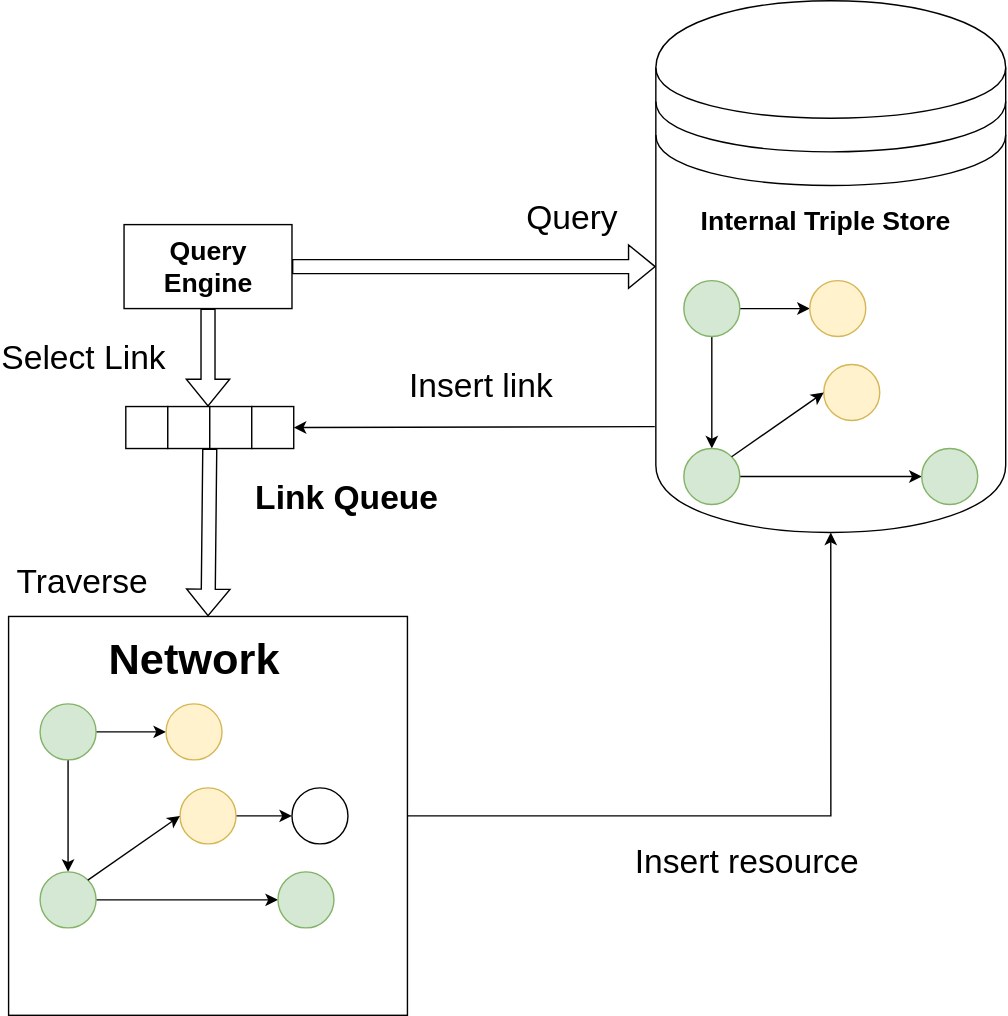
Earlier version of the draw.io export img/LTQP.drawio.svg (constraintAutomaton/research-stay-plan-france-2025). Source tidied: cells renumbered, new cells last; positions are measured from the earlier drawing's top-left corner, leaving out a move shared by most shapes. Its diagram source:
```xml
<mxGraphModel>
  <root>
    <mxCell id="0" />
    <mxCell id="1" parent="0" />
    <mxCell id="2" value="&lt;font style=&quot;font-size: 19px;&quot;&gt;&lt;b&gt;Query Engine&lt;/b&gt;&lt;/font&gt;" style="rounded=0;whiteSpace=wrap;html=1;" parent="1" vertex="1">
      <mxGeometry x="89" y="160" width="120" height="60" as="geometry" />
    </mxCell>
    <mxCell id="3" value="&lt;font style=&quot;font-size: 24px;&quot;&gt;Traverse&lt;/font&gt;" style="text;html=1;align=center;verticalAlign=middle;whiteSpace=wrap;rounded=0;" parent="1" vertex="1">
      <mxGeometry x="9" y="400" width="100" height="30" as="geometry" />
    </mxCell>
    <mxCell id="4" style="shape=flexArrow;endArrow=classic;html=1;rounded=0;exitX=1;exitY=0.5;exitDx=0;exitDy=0;entryX=0;entryY=0.5;entryDx=0;entryDy=0;" parent="1" edge="1" source="2" target="6">
      <mxGeometry relative="1" as="geometry" />
    </mxCell>
    <mxCell id="5" style="group;" parent="1" vertex="1">
      <mxGeometry x="469" width="250" height="380" as="geometry" />
    </mxCell>
    <mxCell id="6" style="shape=datastore;whiteSpace=wrap;html=1;" parent="5" vertex="1">
      <mxGeometry width="250" height="380" as="geometry" />
    </mxCell>
    <mxCell id="7" style="group;" parent="5" vertex="1">
      <mxGeometry x="20" y="200" width="210" height="160" as="geometry" />
    </mxCell>
    <mxCell id="8" style="edgeStyle=orthogonalEdgeStyle;rounded=0;jettySize=auto;html=1;" parent="7" edge="1" source="10" target="13">
      <mxGeometry relative="1" as="geometry" />
    </mxCell>
    <mxCell id="9" style="edgeStyle=orthogonalEdgeStyle;rounded=0;jettySize=auto;html=1;" parent="7" edge="1" source="10" target="12">
      <mxGeometry relative="1" as="geometry" />
    </mxCell>
    <mxCell id="10" style="ellipse;whiteSpace=wrap;html=1;fillColor=#d5e8d4;strokeColor=#82b366;" parent="7" vertex="1">
      <mxGeometry width="40" height="40" as="geometry" />
    </mxCell>
    <mxCell id="11" style="edgeStyle=orthogonalEdgeStyle;rounded=0;jettySize=auto;html=1;" parent="7" edge="1" source="12" target="15">
      <mxGeometry relative="1" as="geometry" />
    </mxCell>
    <mxCell id="12" style="ellipse;whiteSpace=wrap;html=1;fillColor=#d5e8d4;strokeColor=#82b366;" parent="7" vertex="1">
      <mxGeometry y="120" width="40" height="40" as="geometry" />
    </mxCell>
    <mxCell id="13" style="ellipse;whiteSpace=wrap;html=1;fillColor=#fff2cc;strokeColor=#d6b656;" parent="7" vertex="1">
      <mxGeometry x="90" width="40" height="40" as="geometry" />
    </mxCell>
    <mxCell id="14" style="ellipse;whiteSpace=wrap;html=1;fillColor=#fff2cc;strokeColor=#d6b656;" parent="7" vertex="1">
      <mxGeometry x="100" y="60" width="40" height="40" as="geometry" />
    </mxCell>
    <mxCell id="15" style="ellipse;whiteSpace=wrap;html=1;fillColor=#d5e8d4;strokeColor=#82b366;" parent="7" vertex="1">
      <mxGeometry x="170" y="120" width="40" height="40" as="geometry" />
    </mxCell>
    <mxCell id="16" style="endArrow=classic;html=1;rounded=0;exitX=1;exitY=0;exitDx=0;exitDy=0;entryX=0;entryY=0.5;entryDx=0;entryDy=0;" parent="7" edge="1" source="12" target="14">
      <mxGeometry relative="1" as="geometry" />
    </mxCell>
    <mxCell id="17" value="&lt;b style=&quot;forced-color-adjust: none; color: rgb(0, 0, 0); font-family: Helvetica; font-size: 19px; font-style: normal; font-variant-ligatures: normal; font-variant-caps: normal; letter-spacing: normal; orphans: 2; text-align: center; text-indent: 0px; text-transform: none; widows: 2; word-spacing: 0px; -webkit-text-stroke-width: 0px; white-space: normal; text-decoration-thickness: initial; text-decoration-style: initial; text-decoration-color: initial;&quot;&gt;Internal Triple Store&lt;/b&gt;" style="text;whiteSpace=wrap;html=1;" parent="5" vertex="1">
      <mxGeometry x="30" y="140" width="210" height="50" as="geometry" />
    </mxCell>
    <mxCell id="18" value="&lt;font style=&quot;font-size: 24px;&quot;&gt;Query&lt;/font&gt;" style="text;html=1;align=center;verticalAlign=middle;whiteSpace=wrap;rounded=0;" parent="1" vertex="1">
      <mxGeometry x="379" y="140" width="60" height="30" as="geometry" />
    </mxCell>
    <mxCell id="19" style="group;" parent="1" vertex="1">
      <mxGeometry x="6.5" y="440" width="285" height="285" as="geometry" />
    </mxCell>
    <mxCell id="20" style="whiteSpace=wrap;html=1;" parent="19" vertex="1">
      <mxGeometry width="285" height="285" as="geometry" />
    </mxCell>
    <mxCell id="21" style="edgeStyle=orthogonalEdgeStyle;rounded=0;jettySize=auto;html=1;" parent="19" edge="1" source="23" target="27">
      <mxGeometry relative="1" as="geometry" />
    </mxCell>
    <mxCell id="22" style="edgeStyle=orthogonalEdgeStyle;rounded=0;jettySize=auto;html=1;" parent="19" edge="1" source="23" target="25">
      <mxGeometry relative="1" as="geometry" />
    </mxCell>
    <mxCell id="23" style="ellipse;whiteSpace=wrap;html=1;fillColor=#d5e8d4;strokeColor=#82b366;" parent="19" vertex="1">
      <mxGeometry x="22.5" y="62.5" width="40" height="40" as="geometry" />
    </mxCell>
    <mxCell id="24" style="edgeStyle=orthogonalEdgeStyle;rounded=0;jettySize=auto;html=1;" parent="19" edge="1" source="25" target="30">
      <mxGeometry relative="1" as="geometry" />
    </mxCell>
    <mxCell id="25" style="ellipse;whiteSpace=wrap;html=1;fillColor=#d5e8d4;strokeColor=#82b366;" parent="19" vertex="1">
      <mxGeometry x="22.5" y="182.5" width="40" height="40" as="geometry" />
    </mxCell>
    <mxCell id="26" style="ellipse;whiteSpace=wrap;html=1;" parent="19" vertex="1">
      <mxGeometry x="202.5" y="122.5" width="40" height="40" as="geometry" />
    </mxCell>
    <mxCell id="27" style="ellipse;whiteSpace=wrap;html=1;fillColor=#fff2cc;strokeColor=#d6b656;" parent="19" vertex="1">
      <mxGeometry x="112.5" y="62.5" width="40" height="40" as="geometry" />
    </mxCell>
    <mxCell id="28" style="edgeStyle=orthogonalEdgeStyle;rounded=0;jettySize=auto;html=1;" parent="19" edge="1" source="29" target="26">
      <mxGeometry relative="1" as="geometry" />
    </mxCell>
    <mxCell id="29" style="ellipse;whiteSpace=wrap;html=1;fillColor=#fff2cc;strokeColor=#d6b656;" parent="19" vertex="1">
      <mxGeometry x="122.5" y="122.5" width="40" height="40" as="geometry" />
    </mxCell>
    <mxCell id="30" style="ellipse;whiteSpace=wrap;html=1;fillColor=#d5e8d4;strokeColor=#82b366;" parent="19" vertex="1">
      <mxGeometry x="192.5" y="182.5" width="40" height="40" as="geometry" />
    </mxCell>
    <mxCell id="31" style="endArrow=classic;html=1;rounded=0;exitX=1;exitY=0;exitDx=0;exitDy=0;entryX=0;entryY=0.5;entryDx=0;entryDy=0;" parent="19" edge="1" source="25" target="29">
      <mxGeometry relative="1" as="geometry" />
    </mxCell>
    <mxCell id="32" value="&lt;font style=&quot;font-size: 31px;&quot;&gt;&lt;b&gt;Network&lt;/b&gt;&lt;/font&gt;" style="text;html=1;align=center;verticalAlign=middle;whiteSpace=wrap;rounded=0;" parent="19" vertex="1">
      <mxGeometry x="52.5" y="7.5" width="160" height="45" as="geometry" />
    </mxCell>
    <mxCell id="33" style="edgeStyle=orthogonalEdgeStyle;rounded=0;jettySize=auto;html=1;entryX=0.5;entryY=1;entryDx=0;entryDy=0;" parent="1" edge="1" source="20" target="6">
      <mxGeometry relative="1" as="geometry" />
    </mxCell>
    <mxCell id="34" style="group;" parent="1" vertex="1">
      <mxGeometry x="70.2" y="250" width="157.5" height="70" as="geometry" />
    </mxCell>
    <mxCell id="35" style="whiteSpace=wrap;html=1;" parent="34" vertex="1">
      <mxGeometry x="20" y="40" width="30" height="30" as="geometry" />
    </mxCell>
    <mxCell id="36" style="whiteSpace=wrap;html=1;" parent="34" vertex="1">
      <mxGeometry x="50" y="40" width="30" height="30" as="geometry" />
    </mxCell>
    <mxCell id="37" style="whiteSpace=wrap;html=1;" parent="34" vertex="1">
      <mxGeometry x="80" y="40" width="30" height="30" as="geometry" />
    </mxCell>
    <mxCell id="38" style="whiteSpace=wrap;html=1;" parent="34" vertex="1">
      <mxGeometry x="110" y="40" width="30" height="30" as="geometry" />
    </mxCell>
    <mxCell id="39" value="&lt;span style=&quot;font-size: 24px;&quot;&gt;Select Link&lt;/span&gt;" style="text;html=1;align=center;verticalAlign=middle;whiteSpace=wrap;rounded=0;" parent="34" vertex="1">
      <mxGeometry x="-70" y="-10" width="120" height="30" as="geometry" />
    </mxCell>
    <mxCell id="40" style="endArrow=classic;html=1;rounded=0;exitX=-0.003;exitY=0.801;exitDx=0;exitDy=0;exitPerimeter=0;entryX=1;entryY=0.5;entryDx=0;entryDy=0;" parent="1" edge="1" source="6" target="38">
      <mxGeometry relative="1" as="geometry" />
    </mxCell>
    <mxCell id="41" value="&lt;font style=&quot;font-size: 24px;&quot;&gt;&lt;b&gt;Link Queue&lt;/b&gt;&lt;/font&gt;" style="text;html=1;align=center;verticalAlign=middle;whiteSpace=wrap;rounded=0;" parent="1" vertex="1">
      <mxGeometry x="169" y="340" width="157.5" height="30" as="geometry" />
    </mxCell>
    <mxCell id="42" style="shape=flexArrow;endArrow=classic;html=1;rounded=0;exitX=0.5;exitY=1;exitDx=0;exitDy=0;" parent="1" edge="1" source="2">
      <mxGeometry relative="1" as="geometry">
        <mxPoint x="149" y="290" as="targetPoint" />
      </mxGeometry>
    </mxCell>
    <mxCell id="43" style="shape=flexArrow;endArrow=classic;html=1;rounded=0;exitX=1;exitY=1;exitDx=0;exitDy=0;entryX=0.5;entryY=0;entryDx=0;entryDy=0;" parent="1" edge="1" source="36" target="20">
      <mxGeometry relative="1" as="geometry" />
    </mxCell>
    <mxCell id="44" value="&lt;span style=&quot;font-size: 24px;&quot;&gt;Insert resource&lt;/span&gt;" style="text;html=1;align=center;verticalAlign=middle;whiteSpace=wrap;rounded=0;" parent="1" vertex="1">
      <mxGeometry x="439" y="600" width="190" height="30" as="geometry" />
    </mxCell>
    <mxCell id="45" value="&lt;span style=&quot;font-size: 24px;&quot;&gt;Insert link&lt;/span&gt;" style="text;html=1;align=center;verticalAlign=middle;whiteSpace=wrap;rounded=0;" parent="1" vertex="1">
      <mxGeometry x="249" y="260" width="190" height="30" as="geometry" />
    </mxCell>
  </root>
</mxGraphModel>
```
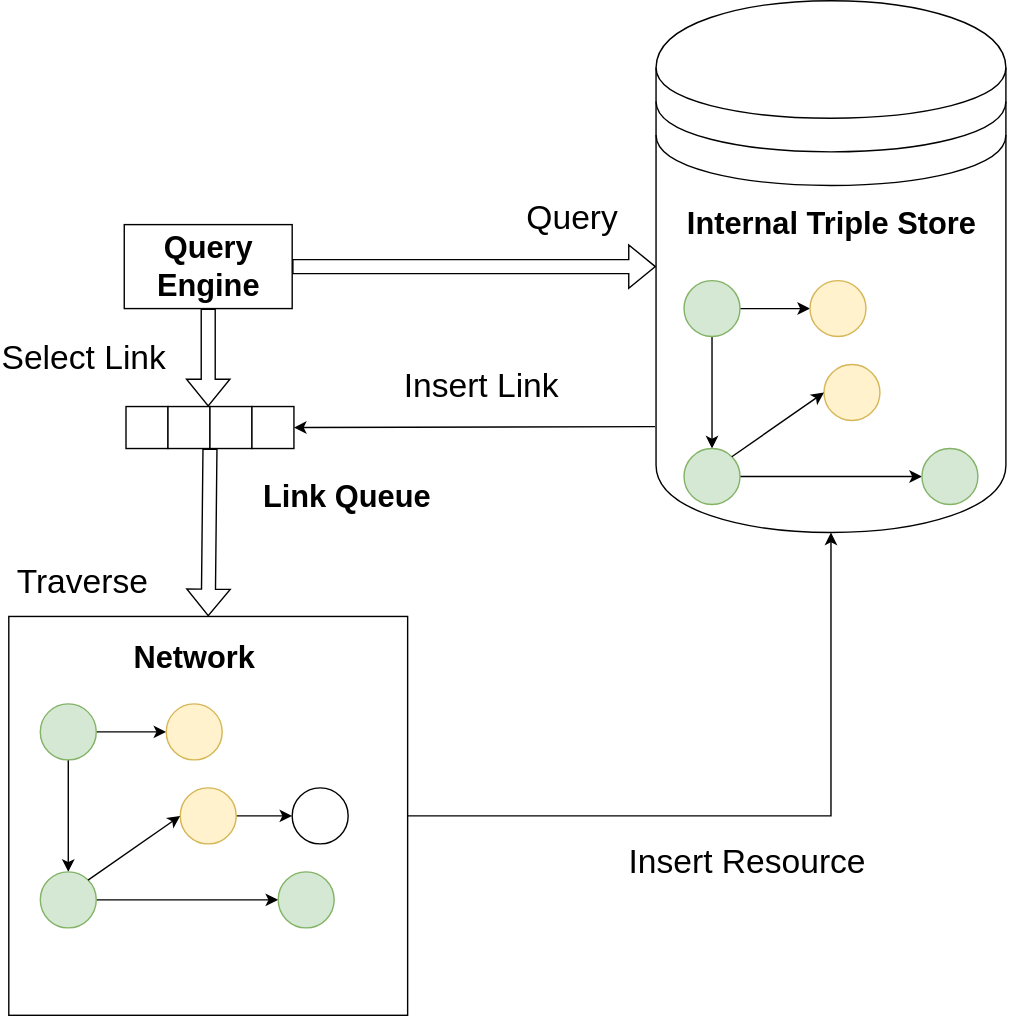
After the change.

Diff of the diagram source:
```diff
@@ -2,7 +2,7 @@
   <root>
     <mxCell id="0" />
     <mxCell id="1" parent="0" />
-    <mxCell id="2" value="&lt;font style=&quot;font-size: 19px;&quot;&gt;&lt;b&gt;Query Engine&lt;/b&gt;&lt;/font&gt;" style="rounded=0;whiteSpace=wrap;html=1;" parent="1" vertex="1">
+    <mxCell id="2" value="&lt;font style=&quot;font-size: 22px;&quot;&gt;&lt;b style=&quot;&quot;&gt;Query Engine&lt;/b&gt;&lt;/font&gt;" style="rounded=0;whiteSpace=wrap;html=1;" parent="1" vertex="1">
       <mxGeometry x="89" y="160" width="120" height="60" as="geometry" />
     </mxCell>
     <mxCell id="3" value="&lt;font style=&quot;font-size: 24px;&quot;&gt;Traverse&lt;/font&gt;" style="text;html=1;align=center;verticalAlign=middle;whiteSpace=wrap;rounded=0;" parent="1" vertex="1">
@@ -47,8 +47,8 @@
     <mxCell id="16" style="endArrow=classic;html=1;rounded=0;exitX=1;exitY=0;exitDx=0;exitDy=0;entryX=0;entryY=0.5;entryDx=0;entryDy=0;" parent="7" edge="1" source="12" target="14">
       <mxGeometry relative="1" as="geometry" />
     </mxCell>
-    <mxCell id="17" value="&lt;b style=&quot;forced-color-adjust: none; color: rgb(0, 0, 0); font-family: Helvetica; font-size: 19px; font-style: normal; font-variant-ligatures: normal; font-variant-caps: normal; letter-spacing: normal; orphans: 2; text-align: center; text-indent: 0px; text-transform: none; widows: 2; word-spacing: 0px; -webkit-text-stroke-width: 0px; white-space: normal; text-decoration-thickness: initial; text-decoration-style: initial; text-decoration-color: initial;&quot;&gt;Internal Triple Store&lt;/b&gt;" style="text;whiteSpace=wrap;html=1;" parent="5" vertex="1">
-      <mxGeometry x="30" y="140" width="210" height="50" as="geometry" />
+    <mxCell id="17" value="&lt;b style=&quot;forced-color-adjust: none; color: rgb(0, 0, 0); font-family: Helvetica; font-style: normal; font-variant-ligatures: normal; font-variant-caps: normal; letter-spacing: normal; orphans: 2; text-align: center; text-indent: 0px; text-transform: none; widows: 2; word-spacing: 0px; -webkit-text-stroke-width: 0px; white-space: normal; text-decoration-thickness: initial; text-decoration-style: initial; text-decoration-color: initial;&quot;&gt;Internal Triple Store&lt;/b&gt;" style="text;whiteSpace=wrap;html=1;fontSize=22;" parent="5" vertex="1">
+      <mxGeometry x="20" y="140" width="250" height="50" as="geometry" />
     </mxCell>
     <mxCell id="18" value="&lt;font style=&quot;font-size: 24px;&quot;&gt;Query&lt;/font&gt;" style="text;html=1;align=center;verticalAlign=middle;whiteSpace=wrap;rounded=0;" parent="1" vertex="1">
       <mxGeometry x="379" y="140" width="60" height="30" as="geometry" />
@@ -92,7 +92,7 @@
     <mxCell id="31" style="endArrow=classic;html=1;rounded=0;exitX=1;exitY=0;exitDx=0;exitDy=0;entryX=0;entryY=0.5;entryDx=0;entryDy=0;" parent="19" edge="1" source="25" target="29">
       <mxGeometry relative="1" as="geometry" />
     </mxCell>
-    <mxCell id="32" value="&lt;font style=&quot;font-size: 31px;&quot;&gt;&lt;b&gt;Network&lt;/b&gt;&lt;/font&gt;" style="text;html=1;align=center;verticalAlign=middle;whiteSpace=wrap;rounded=0;" parent="19" vertex="1">
+    <mxCell id="32" value="&lt;font style=&quot;font-size: 22px;&quot;&gt;&lt;b style=&quot;&quot;&gt;Network&lt;/b&gt;&lt;/font&gt;" style="text;html=1;align=center;verticalAlign=middle;whiteSpace=wrap;rounded=0;" parent="19" vertex="1">
       <mxGeometry x="52.5" y="7.5" width="160" height="45" as="geometry" />
     </mxCell>
     <mxCell id="33" style="edgeStyle=orthogonalEdgeStyle;rounded=0;jettySize=auto;html=1;entryX=0.5;entryY=1;entryDx=0;entryDy=0;" parent="1" edge="1" source="20" target="6">
@@ -119,7 +119,7 @@
     <mxCell id="40" style="endArrow=classic;html=1;rounded=0;exitX=-0.003;exitY=0.801;exitDx=0;exitDy=0;exitPerimeter=0;entryX=1;entryY=0.5;entryDx=0;entryDy=0;" parent="1" edge="1" source="6" target="38">
       <mxGeometry relative="1" as="geometry" />
     </mxCell>
-    <mxCell id="41" value="&lt;font style=&quot;font-size: 24px;&quot;&gt;&lt;b&gt;Link Queue&lt;/b&gt;&lt;/font&gt;" style="text;html=1;align=center;verticalAlign=middle;whiteSpace=wrap;rounded=0;" parent="1" vertex="1">
+    <mxCell id="41" value="&lt;font style=&quot;font-size: 22px;&quot;&gt;&lt;b style=&quot;&quot;&gt;Link Queue&lt;/b&gt;&lt;/font&gt;" style="text;html=1;align=center;verticalAlign=middle;whiteSpace=wrap;rounded=0;" parent="1" vertex="1">
       <mxGeometry x="169" y="340" width="157.5" height="30" as="geometry" />
     </mxCell>
     <mxCell id="42" style="shape=flexArrow;endArrow=classic;html=1;rounded=0;exitX=0.5;exitY=1;exitDx=0;exitDy=0;" parent="1" edge="1" source="2">
@@ -130,10 +130,10 @@
     <mxCell id="43" style="shape=flexArrow;endArrow=classic;html=1;rounded=0;exitX=1;exitY=1;exitDx=0;exitDy=0;entryX=0.5;entryY=0;entryDx=0;entryDy=0;" parent="1" edge="1" source="36" target="20">
       <mxGeometry relative="1" as="geometry" />
     </mxCell>
-    <mxCell id="44" value="&lt;span style=&quot;font-size: 24px;&quot;&gt;Insert resource&lt;/span&gt;" style="text;html=1;align=center;verticalAlign=middle;whiteSpace=wrap;rounded=0;" parent="1" vertex="1">
+    <mxCell id="44" value="&lt;span style=&quot;font-size: 24px;&quot;&gt;Insert Resource&lt;/span&gt;" style="text;html=1;align=center;verticalAlign=middle;whiteSpace=wrap;rounded=0;" parent="1" vertex="1">
       <mxGeometry x="439" y="600" width="190" height="30" as="geometry" />
     </mxCell>
-    <mxCell id="45" value="&lt;span style=&quot;font-size: 24px;&quot;&gt;Insert link&lt;/span&gt;" style="text;html=1;align=center;verticalAlign=middle;whiteSpace=wrap;rounded=0;" parent="1" vertex="1">
+    <mxCell id="45" value="&lt;span style=&quot;font-size: 24px;&quot;&gt;Insert Link&lt;/span&gt;" style="text;html=1;align=center;verticalAlign=middle;whiteSpace=wrap;rounded=0;" parent="1" vertex="1">
       <mxGeometry x="249" y="260" width="190" height="30" as="geometry" />
     </mxCell>
   </root>
```
